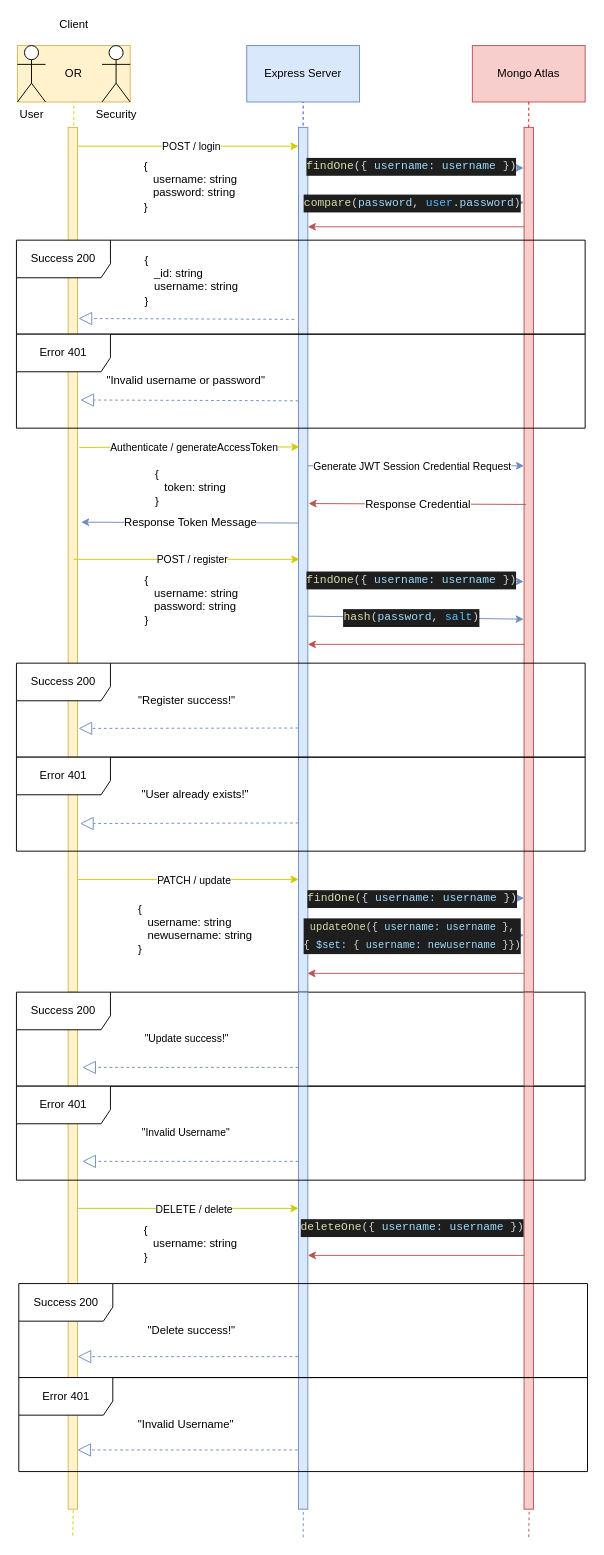
Earlier version of the draw.io diagram page "Page-3" (3 of 3) of Entity Relationship Diagram & Use Case Diagram & Sequence Diagram.drawio (YiDong7120/Visitor-Management-System). Source tidied: cells renumbered, new cells numbered last; positions are measured from the earlier drawing's top-left corner, leaving out a move shared by most shapes. Both pictures are drawn from the tidied source at 94%, with x=0, y=0 at pixel (16, 16).
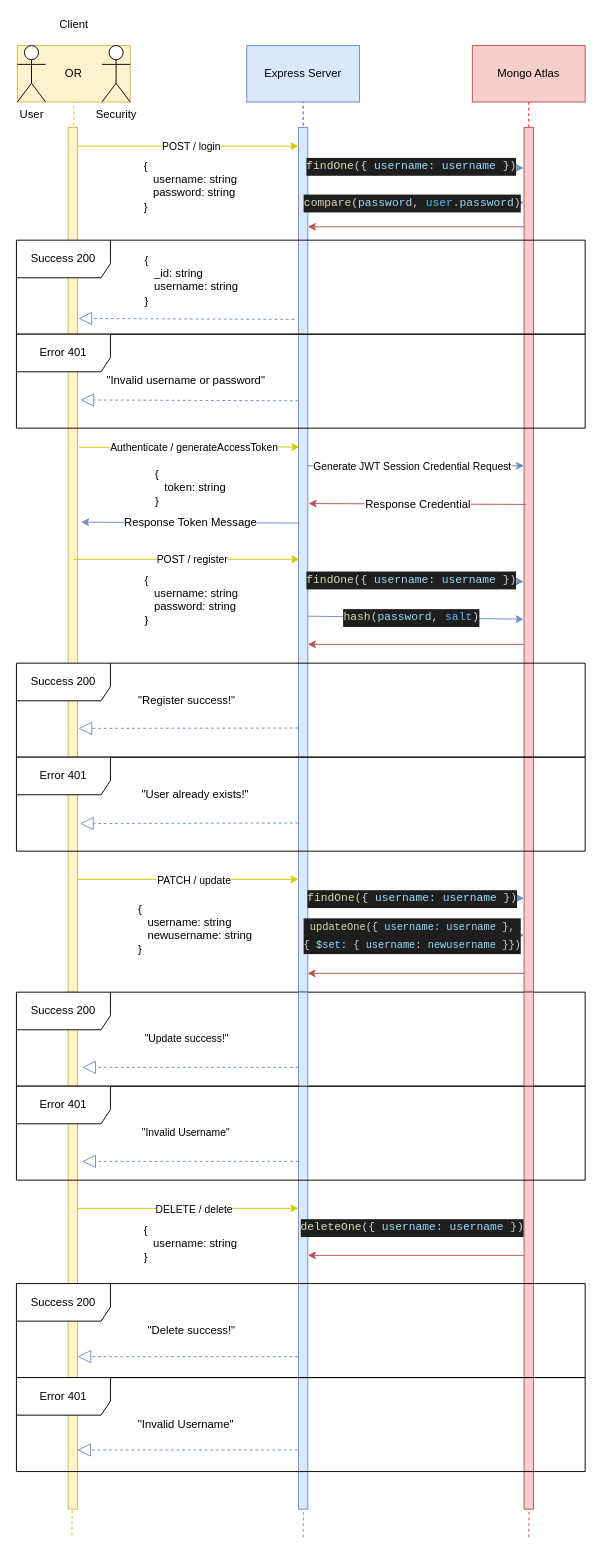
The same page after the edit.

Commit message:
Strictly No Plagiarism Allowed!

The change refers to these unchanged cells:
```xml
<mxCell id="60" style="html=1;points=[];perimeter=orthogonalPerimeter;labelBackgroundColor=#FFFFFF;fontSize=11;fillColor=#fff2cc;strokeColor=#d6b656;" parent="1" vertex="1">
  <mxGeometry x="55" y="1038" width="10" height="550" as="geometry" />
</mxCell>
<mxCell id="66" style="html=1;points=[];perimeter=orthogonalPerimeter;labelBackgroundColor=#FFFFFF;fontSize=11;fillColor=#dae8fc;strokeColor=#6c8ebf;" parent="1" vertex="1">
  <mxGeometry x="300" y="1038" width="10" height="550" as="geometry" />
</mxCell>
```

What changed in the source:
```diff
@@
     <mxCell id="75" value="Success 200" style="shape=umlFrame;whiteSpace=wrap;html=1;labelBackgroundColor=#FFFFFF;fontSize=12;width=100;height=40;" parent="1" vertex="1">
-      <mxGeometry x="2.5" y="1348" width="605" height="100" as="geometry" />
+      <mxGeometry y="1348" width="605" height="100" as="geometry" />
     </mxCell>
@@
     <mxCell id="80" value="Error 401" style="shape=umlFrame;whiteSpace=wrap;html=1;labelBackgroundColor=#FFFFFF;fontSize=12;width=100;height=40;" parent="1" vertex="1">
-      <mxGeometry x="2.5" y="1448" width="605" height="100" as="geometry" />
+      <mxGeometry y="1448" width="605" height="100" as="geometry" />
     </mxCell>
-    <mxCell id="81" style="endArrow=none;dashed=1;html=1;rounded=0;fontSize=12;strokeColor=#CCCC00;exitX=0.54;exitY=1.002;exitDx=0;exitDy=0;exitPerimeter=0;" parent="1" edge="1" source="60">
+    <mxCell id="81" style="endArrow=none;dashed=1;html=1;rounded=0;fontSize=12;strokeColor=#CCCC00;exitX=0.54;exitY=1.002;exitDx=0;exitDy=0;exitPerimeter=0;" parent="1" edge="1">
       <mxGeometry relative="1" as="geometry">
-        <mxPoint x="60" y="1618" as="targetPoint" />
+        <mxPoint x="59.4" y="1589.1" as="sourcePoint" />
+        <mxPoint x="59" y="1618" as="targetPoint" />
       </mxGeometry>
     </mxCell>
-    <mxCell id="82" style="endArrow=none;dashed=1;html=1;rounded=0;fontSize=12;strokeColor=#6c8ebf;fillColor=#dae8fc;entryX=0.52;entryY=1.003;entryDx=0;entryDy=0;entryPerimeter=0;" parent="1" edge="1" target="66">
+    <mxCell id="82" style="endArrow=none;dashed=1;html=1;rounded=0;fontSize=12;strokeColor=#6c8ebf;fillColor=#dae8fc;entryX=0.52;entryY=1.003;entryDx=0;entryDy=0;entryPerimeter=0;" parent="1" edge="1">
       <mxGeometry relative="1" as="geometry">
         <mxPoint x="305" y="1618" as="sourcePoint" />
+        <mxPoint x="305.2" y="1589.7" as="targetPoint" />
       </mxGeometry>
     </mxCell>
```
